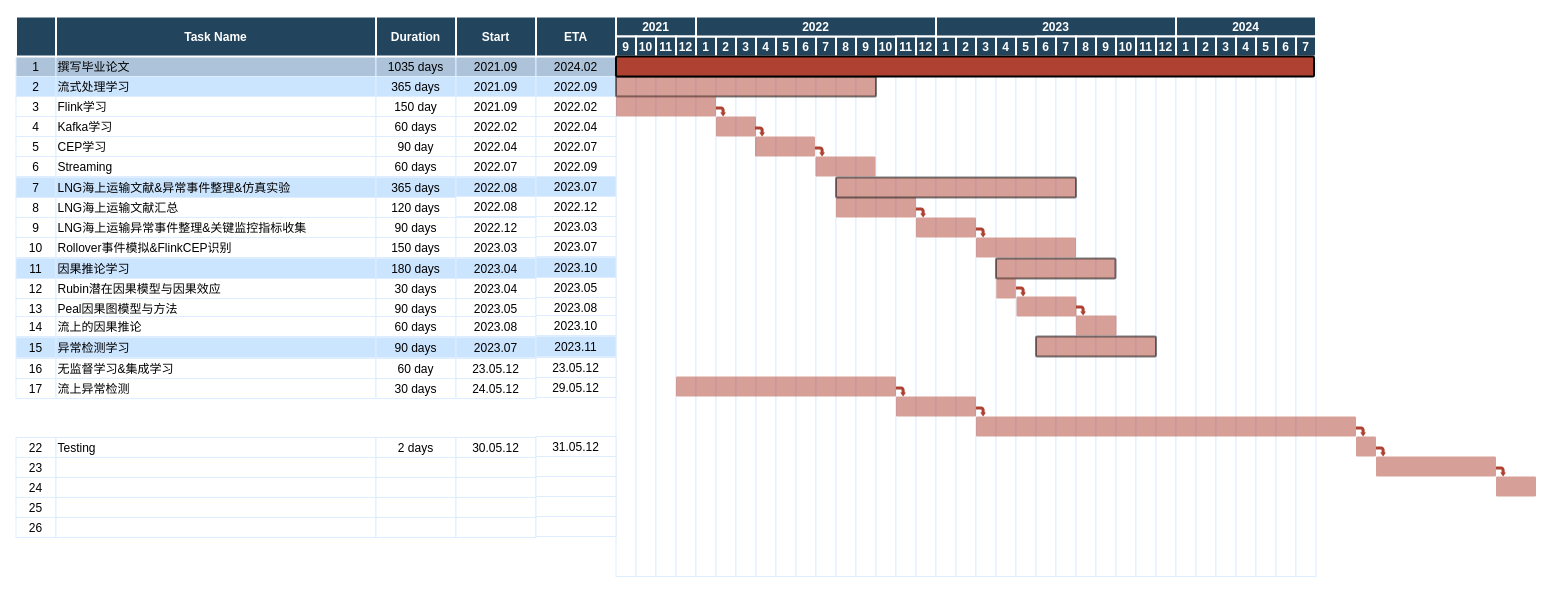
Above: page "Page-1" (1 of 2) of 甘特图.drawio in LiLiJacky/graphData (draw.io), before the change. Source tidied: cells renumbered, new cells numbered last; positions are measured from the earlier drawing's top-left corner, leaving out a move shared by most shapes. Both pictures are drawn from the tidied source at 100%, with x=0, y=0 at pixel (15, 16).
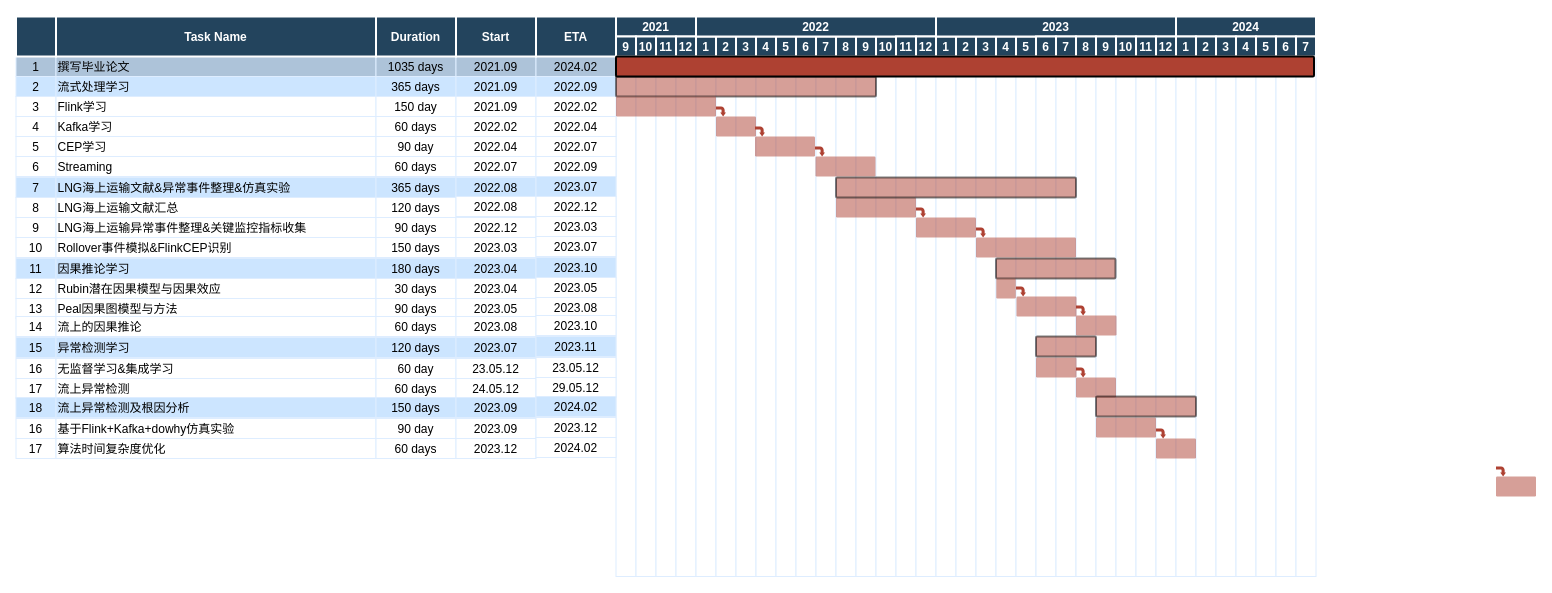
The same diagram, later.

Commit message (it also covers changes not shown here):
更新甘特图.drawio

Change to the diagram source:
```diff
@@
-    <mxCell id="80" value="30 days" style="strokeColor=#DEEDFF;" parent="1" vertex="1">
+    <mxCell id="80" value="60 days" style="strokeColor=#DEEDFF;" parent="1" vertex="1">
       <mxGeometry x="360.5" y="362" width="80" height="20" as="geometry" />
     </mxCell>
@@
-    <mxCell id="83" value="22" style="strokeColor=#DEEDFF;" parent="1" vertex="1">
-      <mxGeometry x="0.5" y="421" width="40" height="20" as="geometry" />
-    </mxCell>
-    <mxCell id="84" value="Testing" style="align=left;strokeColor=#DEEDFF;" parent="1" vertex="1">
-      <mxGeometry x="40.5" y="421" width="320" height="20" as="geometry" />
-    </mxCell>
-    <mxCell id="85" value="2 days" style="strokeColor=#DEEDFF;" parent="1" vertex="1">
-      <mxGeometry x="360.5" y="421" width="80" height="20" as="geometry" />
-    </mxCell>
-    <mxCell id="86" value="30.05.12" style="strokeColor=#DEEDFF;" parent="1" vertex="1">
-      <mxGeometry x="440.5" y="421" width="80" height="20" as="geometry" />
-    </mxCell>
-    <mxCell id="87" value="31.05.12" style="strokeColor=#DEEDFF;" parent="1" vertex="1">
-      <mxGeometry x="520.5" y="420" width="80" height="20" as="geometry" />
-    </mxCell>
-    <mxCell id="88" value="23" style="strokeColor=#DEEDFF;" parent="1" vertex="1">
-      <mxGeometry x="0.5" y="441" width="40" height="20" as="geometry" />
-    </mxCell>
-    <mxCell id="89" style="align=left;strokeColor=#DEEDFF;" parent="1" vertex="1">
-      <mxGeometry x="40.5" y="441" width="320" height="20" as="geometry" />
-    </mxCell>
-    <mxCell id="90" style="strokeColor=#DEEDFF;" parent="1" vertex="1">
-      <mxGeometry x="360.5" y="441" width="80" height="20" as="geometry" />
-    </mxCell>
-    <mxCell id="91" style="strokeColor=#DEEDFF;" parent="1" vertex="1">
-      <mxGeometry x="440.5" y="441" width="80" height="20" as="geometry" />
-    </mxCell>
-    <mxCell id="92" style="strokeColor=#DEEDFF;" parent="1" vertex="1">
-      <mxGeometry x="520.5" y="440" width="80" height="20" as="geometry" />
-    </mxCell>
-    <mxCell id="93" value="24" style="strokeColor=#DEEDFF;" parent="1" vertex="1">
-      <mxGeometry x="0.5" y="461" width="40" height="20" as="geometry" />
-    </mxCell>
-    <mxCell id="94" style="align=left;strokeColor=#DEEDFF;" parent="1" vertex="1">
-      <mxGeometry x="40.5" y="461" width="320" height="20" as="geometry" />
-    </mxCell>
-    <mxCell id="95" style="strokeColor=#DEEDFF;" parent="1" vertex="1">
-      <mxGeometry x="360.5" y="461" width="80" height="20" as="geometry" />
-    </mxCell>
-    <mxCell id="96" style="strokeColor=#DEEDFF;" parent="1" vertex="1">
-      <mxGeometry x="440.5" y="461" width="80" height="20" as="geometry" />
-    </mxCell>
-    <mxCell id="97" style="strokeColor=#DEEDFF;" parent="1" vertex="1">
-      <mxGeometry x="520.5" y="460" width="80" height="20" as="geometry" />
-    </mxCell>
-    <mxCell id="98" value="25" style="strokeColor=#DEEDFF;" parent="1" vertex="1">
-      <mxGeometry x="0.5" y="481" width="40" height="20" as="geometry" />
-    </mxCell>
-    <mxCell id="99" style="align=left;strokeColor=#DEEDFF;" parent="1" vertex="1">
-      <mxGeometry x="40.5" y="481" width="320" height="20" as="geometry" />
-    </mxCell>
-    <mxCell id="100" style="strokeColor=#DEEDFF;" parent="1" vertex="1">
-      <mxGeometry x="360.5" y="481" width="80" height="20" as="geometry" />
-    </mxCell>
-    <mxCell id="101" style="strokeColor=#DEEDFF;" parent="1" vertex="1">
-      <mxGeometry x="440.5" y="481" width="80" height="20" as="geometry" />
-    </mxCell>
-    <mxCell id="102" style="strokeColor=#DEEDFF;" parent="1" vertex="1">
-      <mxGeometry x="520.5" y="480" width="80" height="20" as="geometry" />
-    </mxCell>
-    <mxCell id="103" value="26" style="strokeColor=#DEEDFF;" parent="1" vertex="1">
-      <mxGeometry x="0.5" y="501" width="40" height="20" as="geometry" />
-    </mxCell>
-    <mxCell id="104" style="align=left;strokeColor=#DEEDFF;" parent="1" vertex="1">
-      <mxGeometry x="40.5" y="501" width="320" height="20" as="geometry" />
-    </mxCell>
-    <mxCell id="105" style="strokeColor=#DEEDFF;" parent="1" vertex="1">
-      <mxGeometry x="360.5" y="501" width="80" height="20" as="geometry" />
-    </mxCell>
-    <mxCell id="106" style="strokeColor=#DEEDFF;" parent="1" vertex="1">
-      <mxGeometry x="440.5" y="501" width="80" height="20" as="geometry" />
-    </mxCell>
-    <mxCell id="107" style="strokeColor=#DEEDFF;" parent="1" vertex="1">
-      <mxGeometry x="520.5" y="500" width="80" height="20" as="geometry" />
-    </mxCell>
@@
     <mxCell id="201" style="shape=mxgraph.flowchart.process;fillColor=#AE4132;strokeColor=none;strokeWidth=2;opacity=50;" parent="1" vertex="1">
-      <mxGeometry x="660.5" y="360" width="220" height="20" as="geometry" />
+      <mxGeometry x="1020.5" y="341" width="40.5" height="20" as="geometry" />
     </mxCell>
     <mxCell id="202" style="shape=mxgraph.flowchart.process;fillColor=#AE4132;strokeColor=none;strokeWidth=2;opacity=50;" parent="1" vertex="1">
-      <mxGeometry x="880.5" y="380" width="80" height="20" as="geometry" />
+      <mxGeometry x="1060.5" y="361" width="40" height="20" as="geometry" />
     </mxCell>
     <mxCell id="203" style="shape=mxgraph.flowchart.process;fillColor=#AE4132;strokeColor=none;strokeWidth=2;opacity=50;" parent="1" vertex="1">
-      <mxGeometry x="960.5" y="400" width="380" height="20" as="geometry" />
+      <mxGeometry x="1080.5" y="401" width="60" height="20" as="geometry" />
     </mxCell>
     <mxCell id="204" style="shape=mxgraph.flowchart.process;fillColor=#AE4132;strokeColor=none;strokeWidth=2;opacity=50;" parent="1" vertex="1">
-      <mxGeometry x="1340.5" y="420" width="20" height="20" as="geometry" />
+      <mxGeometry x="1140.5" y="422" width="40" height="20" as="geometry" />
     </mxCell>
-    <mxCell id="205" style="shape=mxgraph.flowchart.process;fillColor=#AE4132;strokeColor=none;strokeWidth=2;opacity=50;" parent="1" vertex="1">
-      <mxGeometry x="1360.5" y="440" width="120" height="20" as="geometry" />
-    </mxCell>
@@
     <mxCell id="207" style="shape=mxgraph.flowchart.process;fillColor=#AE4132;strokeColor=#000000;strokeWidth=2;opacity=50;" parent="1" vertex="1">
-      <mxGeometry x="1020.5" y="320" width="120" height="20" as="geometry" />
+      <mxGeometry x="1020.5" y="320" width="60" height="20" as="geometry" />
     </mxCell>
@@
     <mxCell id="212" style="shape=mxgraph.arrows.bent_right_arrow;fillColor=#AE4132;strokeColor=none;strokeWidth=2;direction=south;" parent="1" vertex="1">
-      <mxGeometry x="880.5" y="370" width="10" height="10" as="geometry" />
+      <mxGeometry x="1060.5" y="351" width="10" height="10" as="geometry" />
     </mxCell>
-    <mxCell id="213" style="shape=mxgraph.arrows.bent_right_arrow;fillColor=#AE4132;strokeColor=none;strokeWidth=2;direction=south;" parent="1" vertex="1">
-      <mxGeometry x="960.5" y="390" width="10" height="10" as="geometry" />
-    </mxCell>
     <mxCell id="214" style="shape=mxgraph.arrows.bent_right_arrow;fillColor=#AE4132;strokeColor=none;strokeWidth=2;direction=south;" parent="1" vertex="1">
-      <mxGeometry x="1340.5" y="410" width="10" height="10" as="geometry" />
+      <mxGeometry x="1140.5" y="412" width="10" height="10" as="geometry" />
     </mxCell>
-    <mxCell id="215" style="shape=mxgraph.arrows.bent_right_arrow;fillColor=#AE4132;strokeColor=none;strokeWidth=2;direction=south;" parent="1" vertex="1">
-      <mxGeometry x="1360.5" y="430" width="10" height="10" as="geometry" />
-    </mxCell>
@@
-    <mxCell id="221" value="90 days" style="strokeColor=#DEEDFF;fillColor=#CCE5FF;" parent="1" vertex="1">
+    <mxCell id="221" value="120 days" style="strokeColor=#DEEDFF;fillColor=#CCE5FF;" parent="1" vertex="1">
       <mxGeometry x="360.5" y="321" width="80" height="20" as="geometry" />
     </mxCell>
@@
+    <mxCell id="224" value="16" style="strokeColor=#DEEDFF;" parent="1" vertex="1">
+      <mxGeometry x="0.5" y="402" width="40" height="20" as="geometry" />
+    </mxCell>
+    <mxCell id="225" value="基于Flink+Kafka+dowhy仿真实验" style="align=left;strokeColor=#DEEDFF;" parent="1" vertex="1">
+      <mxGeometry x="40.5" y="402" width="320" height="20" as="geometry" />
+    </mxCell>
+    <mxCell id="226" value="90 day" style="strokeColor=#DEEDFF;" parent="1" vertex="1">
+      <mxGeometry x="360.5" y="402" width="80" height="20" as="geometry" />
+    </mxCell>
+    <mxCell id="227" value="2023.09" style="strokeColor=#DEEDFF;" parent="1" vertex="1">
+      <mxGeometry x="440.5" y="402" width="80" height="20" as="geometry" />
+    </mxCell>
+    <mxCell id="228" value="2023.12" style="strokeColor=#DEEDFF;" parent="1" vertex="1">
+      <mxGeometry x="520.5" y="401" width="80" height="20" as="geometry" />
+    </mxCell>
+    <mxCell id="229" value="17" style="strokeColor=#DEEDFF;" parent="1" vertex="1">
+      <mxGeometry x="0.5" y="422" width="40" height="20" as="geometry" />
+    </mxCell>
+    <mxCell id="230" value="算法时间复杂度优化" style="align=left;strokeColor=#DEEDFF;" parent="1" vertex="1">
+      <mxGeometry x="40.5" y="422" width="320" height="20" as="geometry" />
+    </mxCell>
+    <mxCell id="231" value="60 days" style="strokeColor=#DEEDFF;" parent="1" vertex="1">
+      <mxGeometry x="360.5" y="422" width="80" height="20" as="geometry" />
+    </mxCell>
+    <mxCell id="232" value="2023.12" style="strokeColor=#DEEDFF;" parent="1" vertex="1">
+      <mxGeometry x="440.5" y="422" width="80" height="20" as="geometry" />
+    </mxCell>
+    <mxCell id="233" value="2024.02" style="strokeColor=#DEEDFF;" parent="1" vertex="1">
+      <mxGeometry x="520.5" y="421" width="80" height="20" as="geometry" />
+    </mxCell>
+    <mxCell id="234" value="18" style="strokeColor=#DEEDFF;fillColor=#CCE5FF;" parent="1" vertex="1">
+      <mxGeometry x="0.5" y="381" width="40" height="20" as="geometry" />
+    </mxCell>
+    <mxCell id="235" value="流上异常检测及根因分析" style="align=left;strokeColor=#DEEDFF;fillColor=#CCE5FF;" parent="1" vertex="1">
+      <mxGeometry x="40.5" y="381" width="320" height="20" as="geometry" />
+    </mxCell>
+    <mxCell id="236" value="150 days" style="strokeColor=#DEEDFF;fillColor=#CCE5FF;" parent="1" vertex="1">
+      <mxGeometry x="360.5" y="381" width="80" height="20" as="geometry" />
+    </mxCell>
+    <mxCell id="237" value="2023.09" style="strokeColor=#DEEDFF;fillColor=#CCE5FF;" parent="1" vertex="1">
+      <mxGeometry x="440.5" y="381" width="80" height="20" as="geometry" />
+    </mxCell>
+    <mxCell id="238" value="2024.02" style="strokeColor=#DEEDFF;fillColor=#CCE5FF;" parent="1" vertex="1">
+      <mxGeometry x="520.5" y="380" width="80" height="20" as="geometry" />
+    </mxCell>
+    <mxCell id="239" style="shape=mxgraph.flowchart.process;fillColor=#AE4132;strokeColor=#000000;strokeWidth=2;opacity=50;" parent="1" vertex="1">
+      <mxGeometry x="1080.5" y="380" width="100" height="20" as="geometry" />
+    </mxCell>
```
